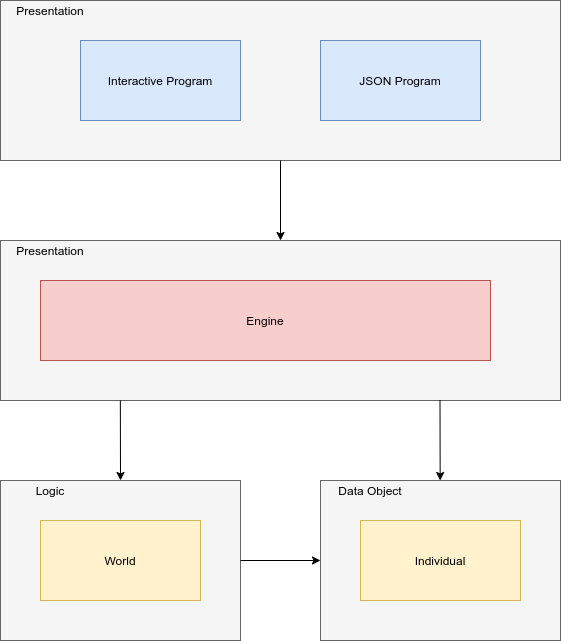
Earlier version of the draw.io export assets/system_architecture.png (Susros/ailo-zombie-apocalypse). Source tidied: cells renumbered, new cells last; positions are measured from the earlier drawing's top-left corner, leaving out a move shared by most shapes. The source it was exported from:
```xml
<mxGraphModel>
  <root>
    <mxCell id="0" />
    <mxCell id="1" parent="0" />
    <mxCell id="2" style="rounded=0;whiteSpace=wrap;html=1;fillColor=#f5f5f5;strokeColor=#666666;fontColor=#333333;" parent="1" vertex="1">
      <mxGeometry y="240" width="560" height="160" as="geometry" />
    </mxCell>
    <mxCell id="3" value="Engine" style="rounded=0;whiteSpace=wrap;html=1;fillColor=#f8cecc;strokeColor=#b85450;" parent="1" vertex="1">
      <mxGeometry x="40" y="280" width="450" height="80" as="geometry" />
    </mxCell>
    <mxCell id="4" style="rounded=0;whiteSpace=wrap;html=1;fillColor=#f5f5f5;strokeColor=#666666;fontColor=#333333;" parent="1" vertex="1">
      <mxGeometry width="560" height="160" as="geometry" />
    </mxCell>
    <mxCell id="5" value="Interactive Program" style="rounded=0;whiteSpace=wrap;html=1;fillColor=#dae8fc;strokeColor=#6c8ebf;" parent="1" vertex="1">
      <mxGeometry x="80" y="40" width="160" height="80" as="geometry" />
    </mxCell>
    <mxCell id="6" value="JSON Program" style="rounded=0;whiteSpace=wrap;html=1;fillColor=#dae8fc;strokeColor=#6c8ebf;" parent="1" vertex="1">
      <mxGeometry x="320" y="40" width="160" height="80" as="geometry" />
    </mxCell>
    <mxCell id="7" value="Presentation" style="text;html=1;strokeColor=none;fillColor=none;align=center;verticalAlign=middle;whiteSpace=wrap;rounded=0;" parent="1" vertex="1">
      <mxGeometry width="100" height="20" as="geometry" />
    </mxCell>
    <mxCell id="8" value="Presentation" style="text;html=1;strokeColor=none;fillColor=none;align=center;verticalAlign=middle;whiteSpace=wrap;rounded=0;" parent="1" vertex="1">
      <mxGeometry y="240" width="100" height="20" as="geometry" />
    </mxCell>
    <mxCell id="9" style="rounded=0;whiteSpace=wrap;html=1;fillColor=#f5f5f5;strokeColor=#666666;fontColor=#333333;" parent="1" vertex="1">
      <mxGeometry y="480" width="240" height="160" as="geometry" />
    </mxCell>
    <mxCell id="10" value="Logic" style="text;html=1;strokeColor=none;fillColor=none;align=center;verticalAlign=middle;whiteSpace=wrap;rounded=0;" parent="1" vertex="1">
      <mxGeometry y="480" width="100" height="20" as="geometry" />
    </mxCell>
    <mxCell id="11" value="World" style="rounded=0;whiteSpace=wrap;html=1;fillColor=#fff2cc;strokeColor=#d6b656;" parent="1" vertex="1">
      <mxGeometry x="40" y="520" width="160" height="80" as="geometry" />
    </mxCell>
    <mxCell id="12" style="rounded=0;whiteSpace=wrap;html=1;fillColor=#f5f5f5;strokeColor=#666666;fontColor=#333333;" parent="1" vertex="1">
      <mxGeometry x="320" y="480" width="240" height="160" as="geometry" />
    </mxCell>
    <mxCell id="13" value="Data Object" style="text;html=1;strokeColor=none;fillColor=none;align=center;verticalAlign=middle;whiteSpace=wrap;rounded=0;" parent="1" vertex="1">
      <mxGeometry x="320" y="480" width="100" height="20" as="geometry" />
    </mxCell>
    <mxCell id="14" value="Individual" style="rounded=0;whiteSpace=wrap;html=1;fillColor=#fff2cc;strokeColor=#d6b656;" parent="1" vertex="1">
      <mxGeometry x="360" y="520" width="160" height="80" as="geometry" />
    </mxCell>
    <mxCell id="15" style="endArrow=classic;html=1;exitX=0.5;exitY=1;exitDx=0;exitDy=0;entryX=0.5;entryY=0;entryDx=0;entryDy=0;" parent="1" edge="1" source="4" target="2">
      <mxGeometry relative="1" as="geometry" />
    </mxCell>
    <mxCell id="16" style="endArrow=classic;html=1;entryX=0.5;entryY=0;entryDx=0;entryDy=0;exitX=0.214;exitY=1;exitDx=0;exitDy=0;exitPerimeter=0;" parent="1" edge="1" source="2" target="9">
      <mxGeometry relative="1" as="geometry" />
    </mxCell>
    <mxCell id="17" style="endArrow=classic;html=1;entryX=0.5;entryY=0;entryDx=0;entryDy=0;exitX=0.214;exitY=1;exitDx=0;exitDy=0;exitPerimeter=0;" parent="1" edge="1">
      <mxGeometry relative="1" as="geometry">
        <mxPoint x="439.5" y="400" as="sourcePoint" />
        <mxPoint x="439.7" y="480" as="targetPoint" />
      </mxGeometry>
    </mxCell>
    <mxCell id="18" style="endArrow=classic;html=1;exitX=1;exitY=0.5;exitDx=0;exitDy=0;" parent="1" edge="1" source="9" target="12">
      <mxGeometry relative="1" as="geometry" />
    </mxCell>
  </root>
</mxGraphModel>
```
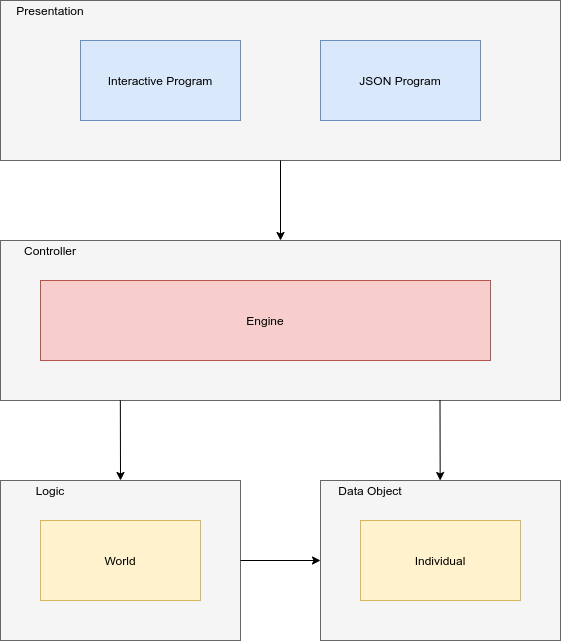
After the commit.

What changed in the source:
```diff
@@ -20,7 +20,7 @@
     <mxCell id="7" value="Presentation" style="text;html=1;strokeColor=none;fillColor=none;align=center;verticalAlign=middle;whiteSpace=wrap;rounded=0;" parent="1" vertex="1">
       <mxGeometry width="100" height="20" as="geometry" />
     </mxCell>
-    <mxCell id="8" value="Presentation" style="text;html=1;strokeColor=none;fillColor=none;align=center;verticalAlign=middle;whiteSpace=wrap;rounded=0;" parent="1" vertex="1">
+    <mxCell id="8" value="Controller" style="text;html=1;strokeColor=none;fillColor=none;align=center;verticalAlign=middle;whiteSpace=wrap;rounded=0;" parent="1" vertex="1">
       <mxGeometry y="240" width="100" height="20" as="geometry" />
     </mxCell>
     <mxCell id="9" style="rounded=0;whiteSpace=wrap;html=1;fillColor=#f5f5f5;strokeColor=#666666;fontColor=#333333;" parent="1" vertex="1">
```
